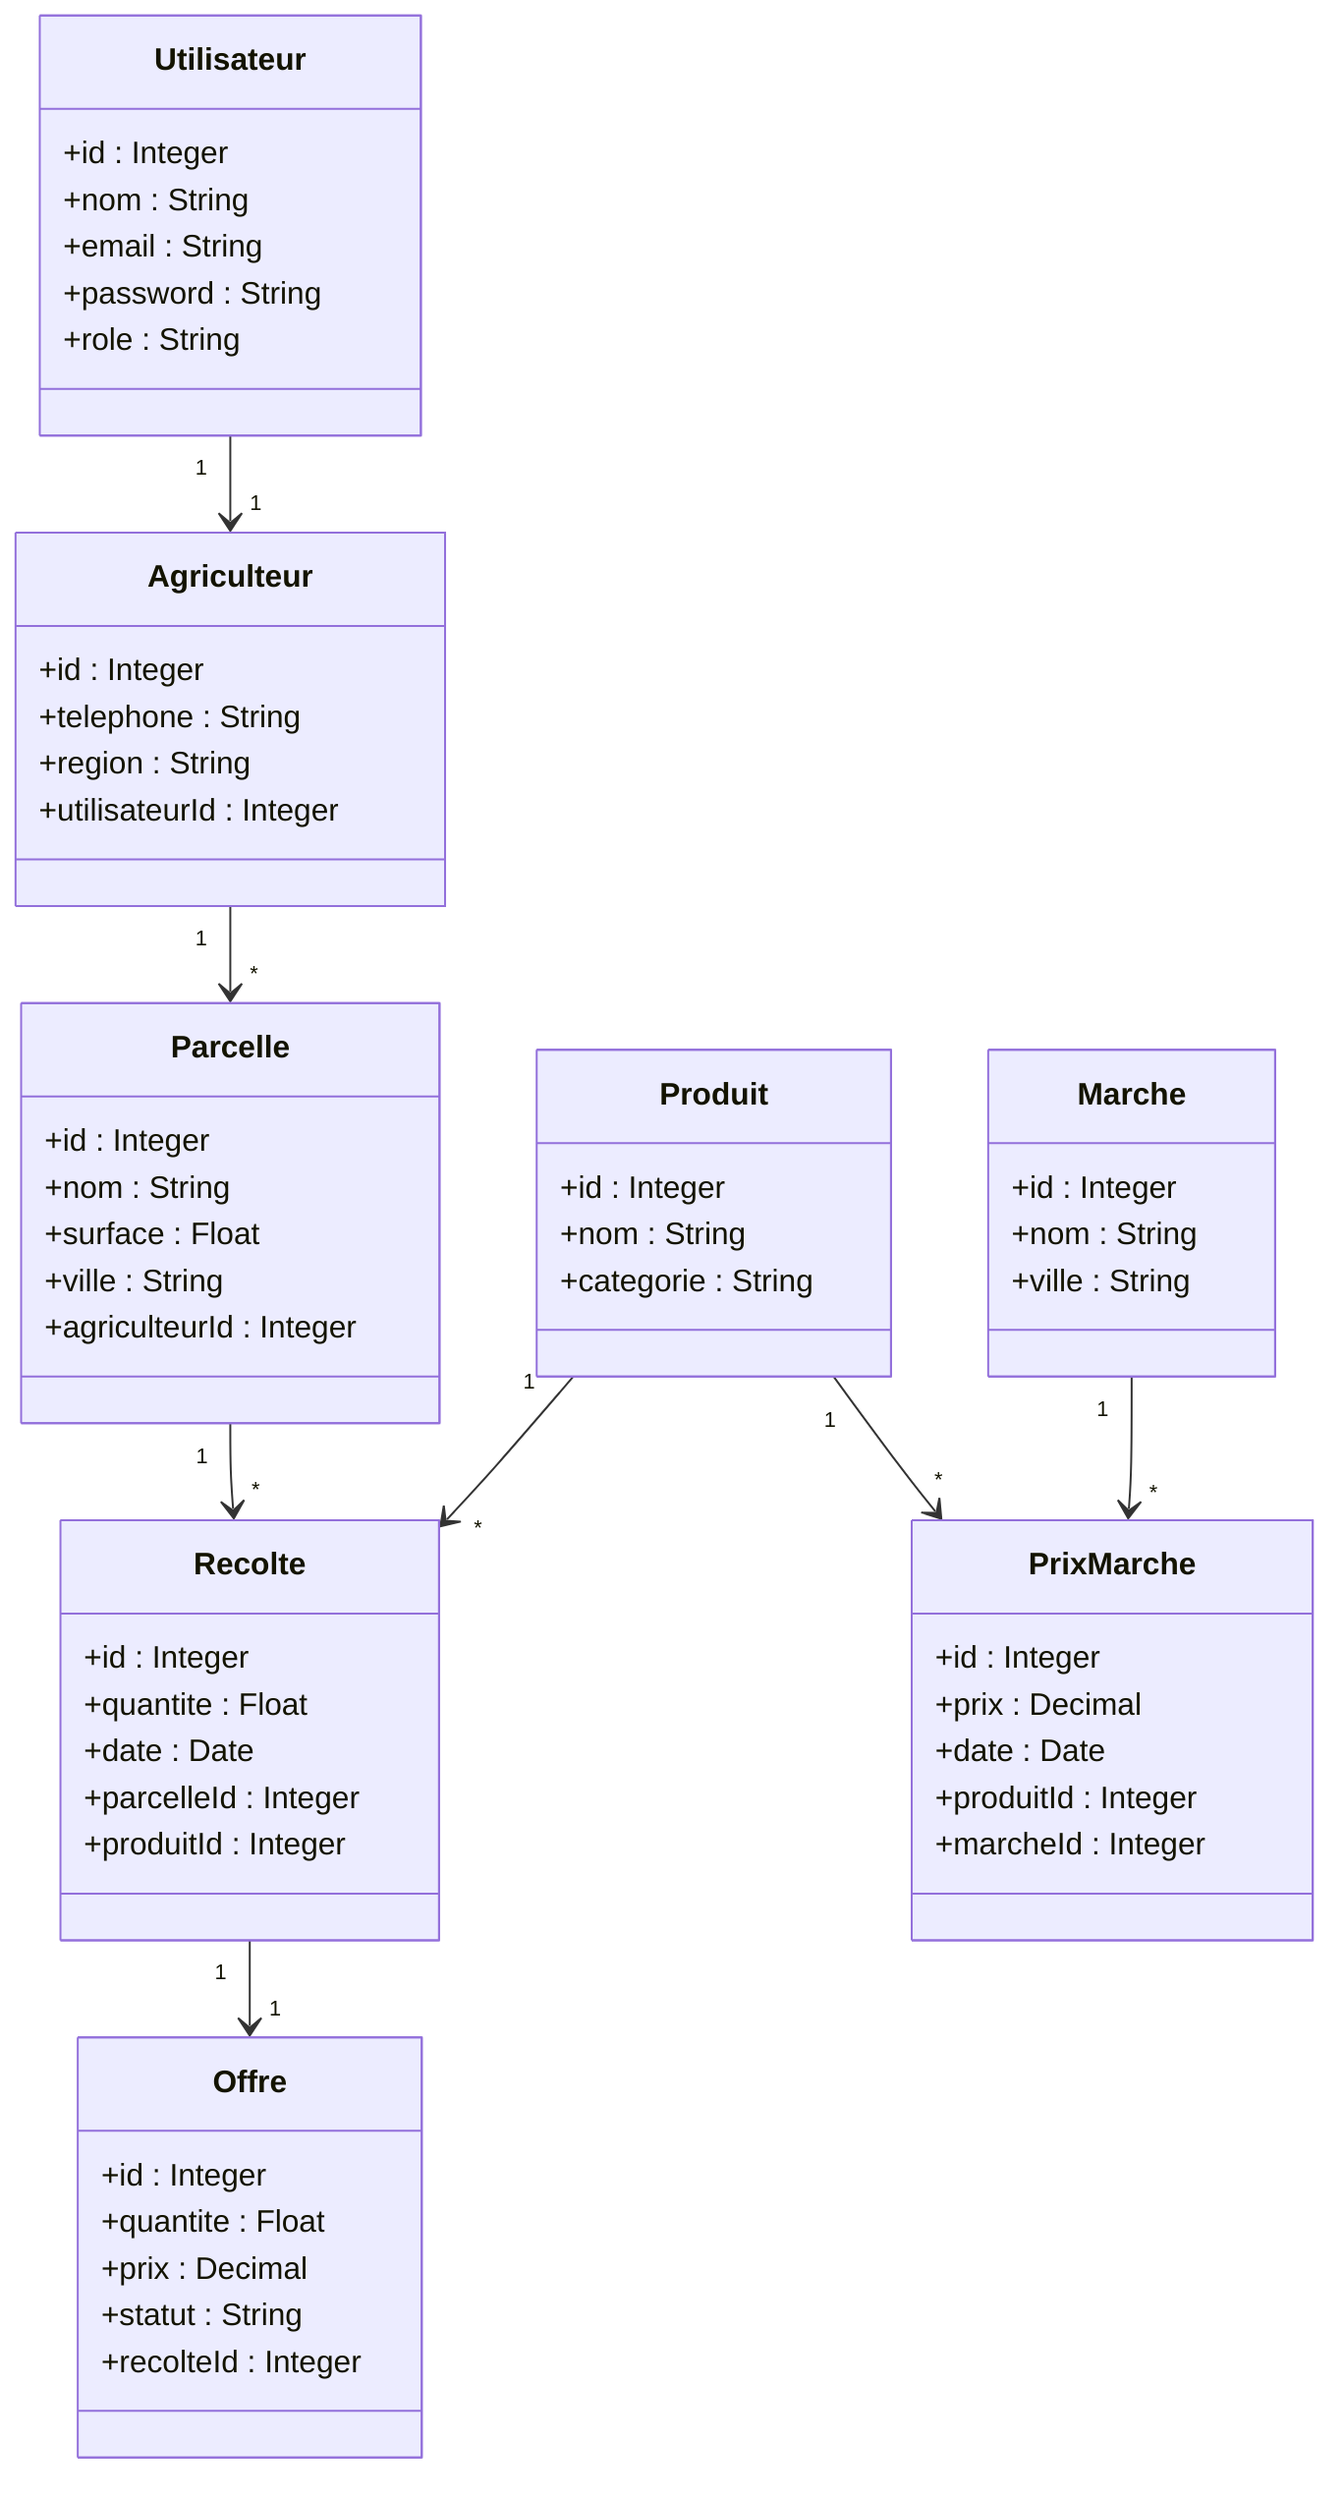
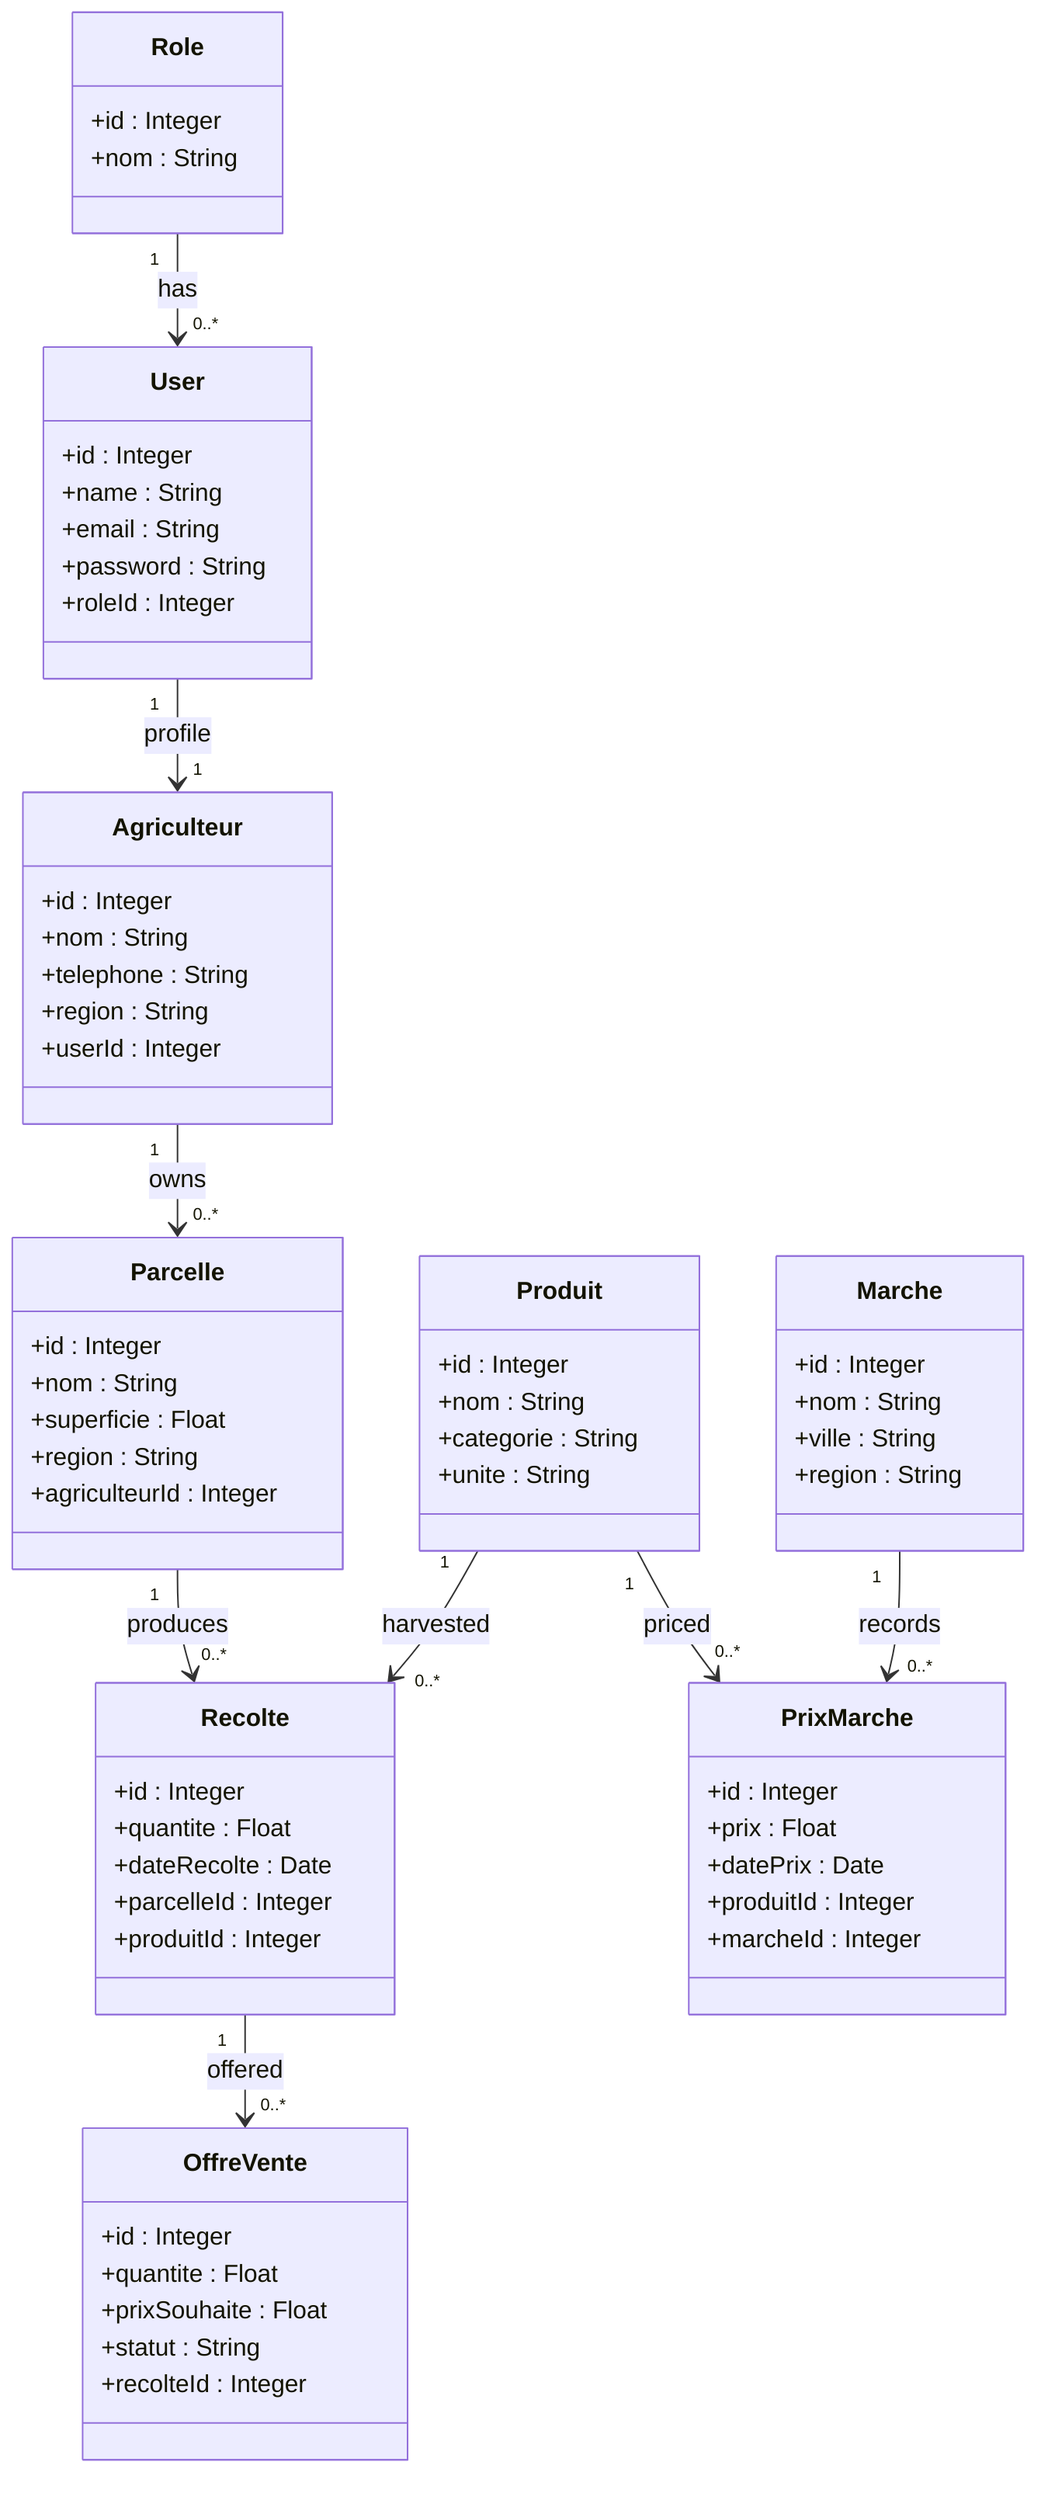
- ```mermaid
classDiagram

- class Utilisateur {
+ class Role {
  +id : Integer
  +nom : String
+ }
+ 
+ class User {
+   +id : Integer
+   +name : String
  +email : String
  +password : String
-   +role : String
+   +roleId : Integer
}

class Agriculteur {
  +id : Integer
+   +nom : String
  +telephone : String
  +region : String
-   +utilisateurId : Integer
+   +userId : Integer
}

class Parcelle {
  +id : Integer
  +nom : String
-   +surface : Float
-   +ville : String
+   +superficie : Float
+   +region : String
  +agriculteurId : Integer
- }
- 
- class Recolte {
-   +id : Integer
-   +quantite : Float
-   +date : Date
-   +parcelleId : Integer
-   +produitId : Integer
}

class Produit {
  +id : Integer
  +nom : String
  +categorie : String
+   +unite : String
}

- class PrixMarche {
+ class Recolte {
  +id : Integer
-   +prix : Decimal
-   +date : Date
+   +quantite : Float
+   +dateRecolte : Date
+   +parcelleId : Integer
  +produitId : Integer
-   +marcheId : Integer
}

class Marche {
  +id : Integer
  +nom : String
  +ville : String
+   +region : String
}

- class Offre {
+ class PrixMarche {
+   +id : Integer
+   +prix : Float
+   +datePrix : Date
+   +produitId : Integer
+   +marcheId : Integer
+ }
+ 
+ class OffreVente {
  +id : Integer
  +quantite : Float
-   +prix : Decimal
+   +prixSouhaite : Float
  +statut : String
  +recolteId : Integer
}

- Utilisateur "1" --> "1" Agriculteur
+ Role "1" --> "0..*" User : has

- Agriculteur "1" --> "*" Parcelle
+ User "1" --> "1" Agriculteur : profile

- Parcelle "1" --> "*" Recolte
+ Agriculteur "1" --> "0..*" Parcelle : owns

- Produit "1" --> "*" Recolte
+ Parcelle "1" --> "0..*" Recolte : produces

- Produit "1" --> "*" PrixMarche
+ Produit "1" --> "0..*" Recolte : harvested

- Marche "1" --> "*" PrixMarche
+ Produit "1" --> "0..*" PrixMarche : priced

- Recolte "1" --> "1" Offre
- ```+ Marche "1" --> "0..*" PrixMarche : records
+ 
+ Recolte "1" --> "0..*" OffreVente : offered